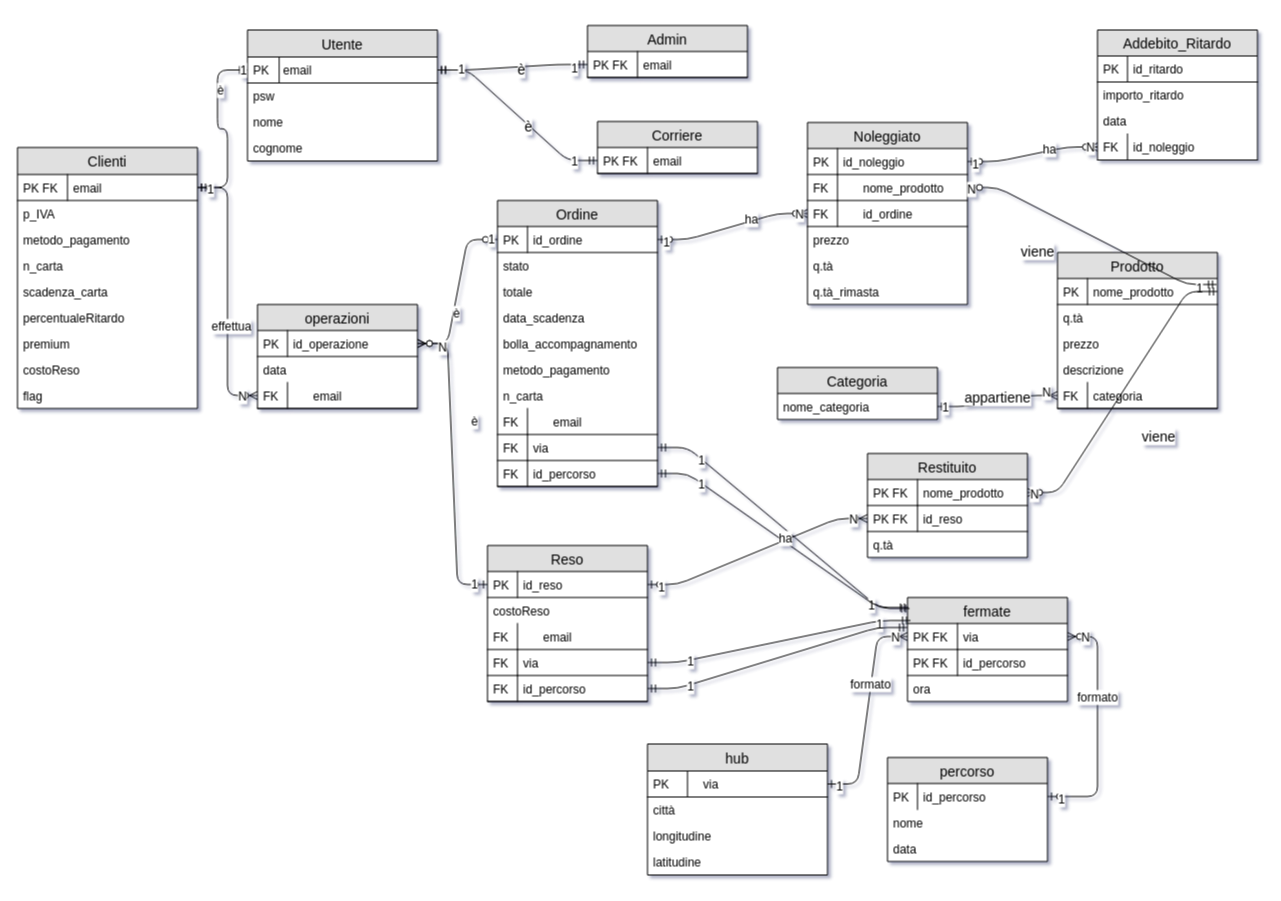
The draw.io diagram SchemaE_R.drawio in mario-santoro/EMAD2020_IsiLav, before the edit. Source tidied: cells renumbered, new cells numbered last; positions are measured from the earlier drawing's top-left corner, leaving out a move shared by most shapes. Both pictures are drawn from the tidied source at 100%, with x=0, y=0 at pixel (17, 25).
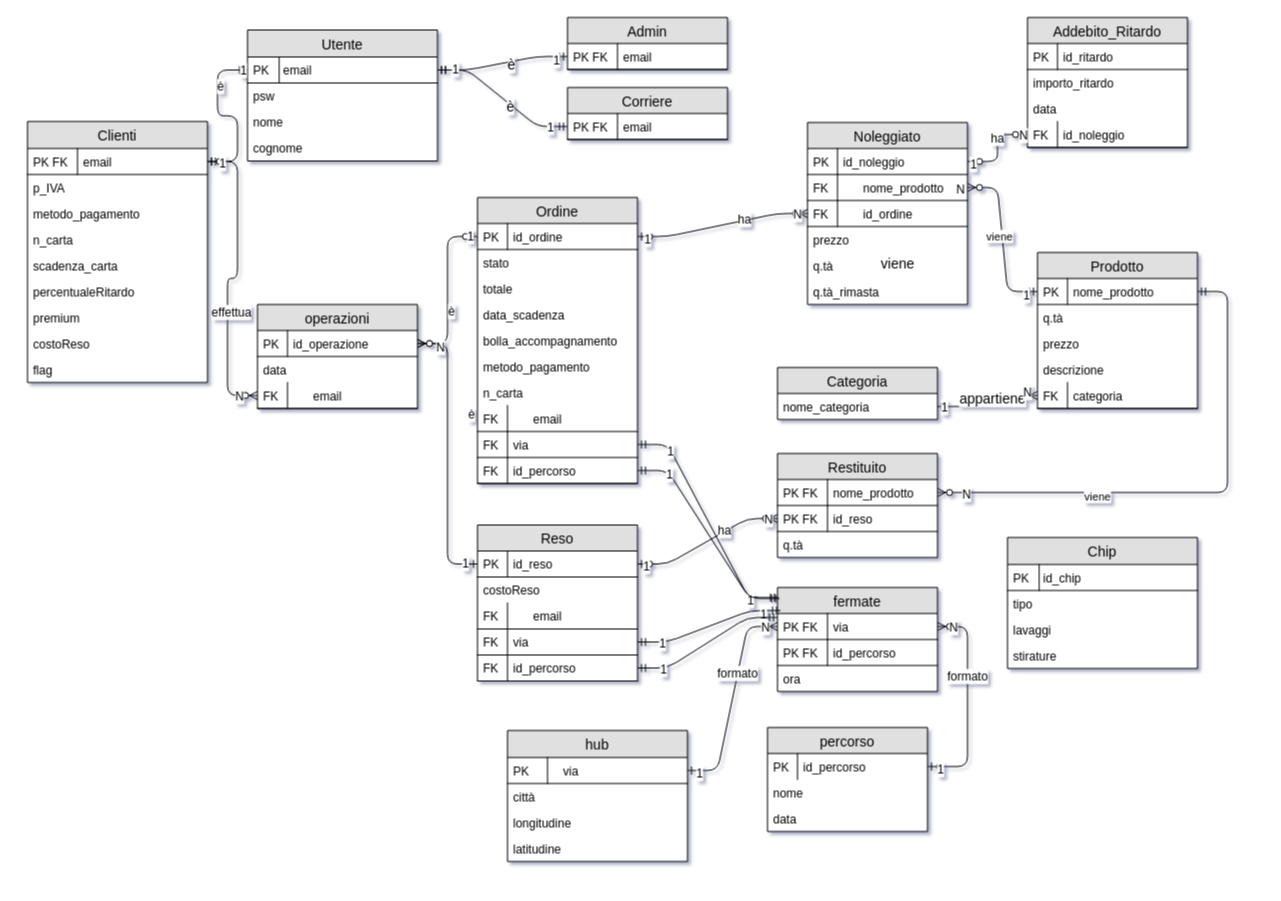
After the change.

Commit message:
Aggiunta entità per i chip

Unchanged cells that the change refers to:
```xml
<mxCell id="36" value="nome_prodotto" style="shape=partialRectangle;top=0;left=0;right=0;bottom=1;align=left;verticalAlign=top;fillColor=none;spacingLeft=34;spacingRight=4;overflow=hidden;points=[[0,0.5],[1,0.5]];portConstraint=eastwest;fontSize=12;startSize=26;" parent="35" vertex="1">
  <mxGeometry y="26" width="160" height="26" as="geometry" />
</mxCell>
<mxCell id="52" value="id_percorso" style="shape=partialRectangle;top=0;left=0;right=0;bottom=0;align=left;verticalAlign=top;fillColor=none;spacingLeft=34;spacingRight=4;overflow=hidden;points=[[0,0.5],[1,0.5]];portConstraint=eastwest;fontSize=12;" parent="51" vertex="1">
  <mxGeometry y="26" width="160" height="26" as="geometry" />
</mxCell>
<mxCell id="57" value="      via" style="shape=partialRectangle;top=0;left=0;right=0;bottom=1;align=left;verticalAlign=top;fillColor=none;spacingLeft=34;spacingRight=4;overflow=hidden;points=[[0,0.5],[1,0.5]];portConstraint=eastwest;fontSize=12;startSize=26;" parent="56" vertex="1">
  <mxGeometry y="26" width="160" height="26" as="geometry" />
</mxCell>
<mxCell id="93" value="      nome_prodotto" style="shape=partialRectangle;top=0;left=0;right=0;bottom=1;align=left;verticalAlign=top;fillColor=none;spacingLeft=34;spacingRight=4;overflow=hidden;points=[[0,0.5],[1,0.5]];portConstraint=eastwest;fontSize=12;startSize=26;" parent="90" vertex="1">
  <mxGeometry y="52" width="160" height="26" as="geometry" />
</mxCell>
<mxCell id="128" value="      nome_prodotto" style="shape=partialRectangle;top=0;left=0;right=0;bottom=1;align=left;verticalAlign=top;fillColor=none;spacingLeft=34;spacingRight=4;overflow=hidden;points=[[0,0.5],[1,0.5]];portConstraint=eastwest;fontSize=12;startSize=26;" parent="127" vertex="1">
  <mxGeometry y="26" width="160" height="26" as="geometry" />
</mxCell>
```

The edit, as a diff of the source:
```diff
@@
     <mxCell id="8" value="Clienti" style="swimlane;fontStyle=0;horizontal=1;startSize=27;fillColor=#e0e0e0;swimlaneFillColor=#ffffff;align=center;fontSize=14;" parent="1" vertex="1">
-      <mxGeometry y="122" width="180" height="261" as="geometry" />
+      <mxGeometry x="10" y="96" width="180" height="261" as="geometry" />
     </mxCell>
@@
     <mxCell id="19" value="Admin" style="swimlane;fontStyle=0;horizontal=1;startSize=26;fillColor=#e0e0e0;swimlaneFillColor=#ffffff;align=center;fontSize=14;" parent="1" vertex="1">
-      <mxGeometry x="570" width="160" height="52" as="geometry" />
+      <mxGeometry x="550" y="-8" width="160" height="52" as="geometry" />
     </mxCell>
@@
     <mxCell id="22" value="Corriere" style="swimlane;fontStyle=0;horizontal=1;startSize=26;fillColor=#e0e0e0;swimlaneFillColor=#ffffff;align=center;fontSize=14;" parent="1" vertex="1">
-      <mxGeometry x="580" y="96" width="160" height="52" as="geometry" />
+      <mxGeometry x="550" y="62" width="160" height="52" as="geometry" />
     </mxCell>
@@
     <mxCell id="35" value="Prodotto" style="swimlane;fontStyle=0;horizontal=1;startSize=26;fillColor=#e0e0e0;swimlaneFillColor=#ffffff;align=center;fontSize=14;" parent="1" vertex="1">
-      <mxGeometry x="1040" y="227" width="160" height="156" as="geometry" />
+      <mxGeometry x="1020" y="227" width="160" height="156" as="geometry" />
     </mxCell>
@@
     <mxCell id="45" value="hub" style="swimlane;fontStyle=0;horizontal=1;startSize=27;fillColor=#e0e0e0;swimlaneFillColor=#ffffff;align=center;fontSize=14;" parent="1" vertex="1">
-      <mxGeometry x="630" y="718.5" width="180" height="131" as="geometry" />
+      <mxGeometry x="490" y="705" width="180" height="131" as="geometry" />
     </mxCell>
@@
     <mxCell id="51" value="percorso" style="swimlane;fontStyle=0;horizontal=1;startSize=26;fillColor=#e0e0e0;swimlaneFillColor=#ffffff;align=center;fontSize=14;" parent="1" vertex="1">
-      <mxGeometry x="870" y="732" width="160" height="104" as="geometry" />
+      <mxGeometry x="750" y="702" width="160" height="104" as="geometry" />
     </mxCell>
@@
     <mxCell id="56" value="fermate" style="swimlane;fontStyle=0;horizontal=1;startSize=26;fillColor=#e0e0e0;swimlaneFillColor=#ffffff;align=center;fontSize=14;" parent="1" vertex="1">
-      <mxGeometry x="890" y="572" width="160" height="104" as="geometry" />
+      <mxGeometry x="760" y="562" width="160" height="104" as="geometry" />
     </mxCell>
@@
-    <mxCell id="62" style="edgeStyle=entityRelationEdgeStyle;fontSize=12;html=1;endArrow=ERzeroToMany;startArrow=ERzeroToOne;exitX=1;exitY=0.5;exitDx=0;exitDy=0;" parent="1" edge="1" source="52" target="57">
+    <mxCell id="62" style="edgeStyle=entityRelationEdgeStyle;fontSize=12;html=1;endArrow=ERzeroToMany;startArrow=ERzeroToOne;" parent="1" edge="1" source="52" target="57">
       <mxGeometry relative="1" as="geometry" />
     </mxCell>
@@
     <mxCell id="66" value="Ordine" style="swimlane;fontStyle=0;horizontal=1;startSize=26;fillColor=#e0e0e0;swimlaneFillColor=#ffffff;align=center;fontSize=14;" parent="1" vertex="1">
-      <mxGeometry x="480" y="175" width="160" height="286" as="geometry" />
+      <mxGeometry x="460" y="172" width="160" height="286" as="geometry" />
     </mxCell>
@@
     <mxCell id="104" value="Reso" style="swimlane;fontStyle=0;horizontal=1;startSize=26;fillColor=#e0e0e0;swimlaneFillColor=#ffffff;align=center;fontSize=14;" parent="1" vertex="1">
-      <mxGeometry x="470" y="520" width="160" height="156" as="geometry" />
+      <mxGeometry x="460" y="499.5" width="160" height="156" as="geometry" />
     </mxCell>
@@
     <mxCell id="127" value="Restituito" style="swimlane;fontStyle=0;horizontal=1;startSize=26;fillColor=#e0e0e0;swimlaneFillColor=#ffffff;align=center;fontSize=14;" parent="1" vertex="1">
-      <mxGeometry x="850" y="428" width="160" height="104" as="geometry" />
+      <mxGeometry x="760" y="428" width="160" height="104" as="geometry" />
     </mxCell>
@@
-    <mxCell id="137" style="edgeStyle=entityRelationEdgeStyle;fontSize=12;html=1;endArrow=ERzeroToMany;startArrow=ERmandOne;exitX=0.994;exitY=0.231;exitDx=0;exitDy=0;exitPerimeter=0;" parent="1" edge="1" source="36" target="93">
+    <mxCell id="137" style="edgeStyle=entityRelationEdgeStyle;fontSize=12;html=1;endArrow=ERzeroToMany;startArrow=ERmandOne;" parent="1" edge="1" source="36" target="93">
       <mxGeometry relative="1" as="geometry" />
     </mxCell>
@@
+    <mxCell id="168" value="viene" style="edgeLabel;html=1;align=center;verticalAlign=middle;" parent="137" vertex="1">
+      <mxGeometry x="0.05" y="3" relative="1" as="geometry" />
+    </mxCell>
-    <mxCell id="141" style="edgeStyle=entityRelationEdgeStyle;fontSize=12;html=1;endArrow=ERzeroToMany;startArrow=ERmandOne;exitX=1;exitY=0.5;exitDx=0;exitDy=0;" parent="1" edge="1" source="36" target="128">
-      <mxGeometry relative="1" as="geometry" />
+    <mxCell id="141" style="edgeStyle=entityRelationEdgeStyle;fontSize=12;html=1;endArrow=ERzeroToMany;startArrow=ERmandOne;" parent="1" edge="1" target="128">
+      <mxGeometry relative="1" as="geometry">
+        <mxPoint x="1180" y="266" as="sourcePoint" />
+      </mxGeometry>
     </mxCell>
-    <mxCell id="142" value="viene" style="text;html=1;align=center;verticalAlign=middle;labelBackgroundColor=#ffffff;fontSize=14;" parent="141" vertex="1">
-      <mxGeometry x="-0.44" relative="1" as="geometry">
-        <mxPoint y="99" as="offset" />
-      </mxGeometry>
-    </mxCell>
@@
+    <mxCell id="169" value="viene" style="edgeLabel;html=1;align=center;verticalAlign=middle;" parent="141" vertex="1">
+      <mxGeometry x="0.39" y="3" relative="1" as="geometry" />
+    </mxCell>
@@
     <mxCell id="157" value="Addebito_Ritardo" style="swimlane;fontStyle=0;horizontal=1;startSize=26;fillColor=#e0e0e0;swimlaneFillColor=#ffffff;align=center;fontSize=14;" parent="1" vertex="1">
-      <mxGeometry x="1080" y="4.5" width="160" height="130" as="geometry" />
+      <mxGeometry x="1010" y="-8" width="160" height="130" as="geometry" />
     </mxCell>
@@
+    <mxCell id="170" value="Chip" style="swimlane;fontStyle=0;horizontal=1;startSize=27;fillColor=#e0e0e0;swimlaneFillColor=#ffffff;align=center;fontSize=14;" parent="1" vertex="1">
+      <mxGeometry x="990" y="512" width="190" height="131" as="geometry" />
+    </mxCell>
+    <mxCell id="171" value="id_chip" style="shape=partialRectangle;top=0;left=0;right=0;bottom=1;align=left;verticalAlign=top;fillColor=none;spacingLeft=34;spacingRight=4;overflow=hidden;fontSize=12;startSize=26;" parent="170" vertex="1">
+      <mxGeometry y="27" width="190" height="26" as="geometry" />
+    </mxCell>
+    <mxCell id="172" value="PK" style="shape=partialRectangle;top=0;left=0;bottom=0;fillColor=none;align=left;verticalAlign=top;spacingLeft=4;spacingRight=4;overflow=hidden;fontSize=12;" parent="171" vertex="1">
+      <mxGeometry width="31.7" height="26" as="geometry" />
+    </mxCell>
+    <mxCell id="173" value="tipo" style="text;strokeColor=none;fillColor=none;spacingLeft=4;spacingRight=4;overflow=hidden;fontSize=12;" parent="170" vertex="1">
+      <mxGeometry y="53" width="190" height="26" as="geometry" />
+    </mxCell>
+    <mxCell id="174" value="lavaggi" style="text;strokeColor=none;fillColor=none;spacingLeft=4;spacingRight=4;overflow=hidden;fontSize=12;" parent="170" vertex="1">
+      <mxGeometry y="79" width="190" height="26" as="geometry" />
+    </mxCell>
+    <mxCell id="175" value="stirature" style="text;strokeColor=none;fillColor=none;spacingLeft=4;spacingRight=4;overflow=hidden;fontSize=12;" parent="170" vertex="1">
+      <mxGeometry y="105" width="190" height="26" as="geometry" />
+    </mxCell>
```
